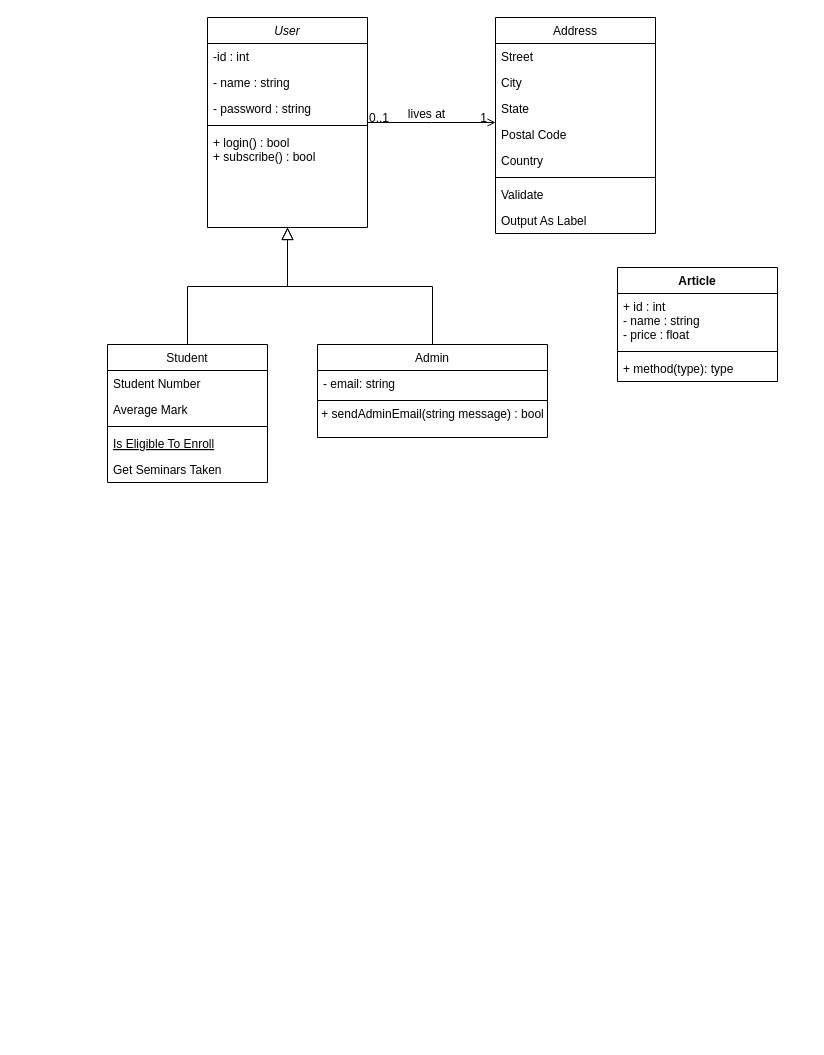
Before: Untitled Diagram.drawio in cyrisa02/SQL, a draw.io diagram. Source tidied: cells renumbered, new cells numbered last; positions are measured from the earlier drawing's top-left corner, leaving out a move shared by most shapes. Both pictures are drawn from the tidied source at 100%, with x=0, y=0 at pixel (107, 17).
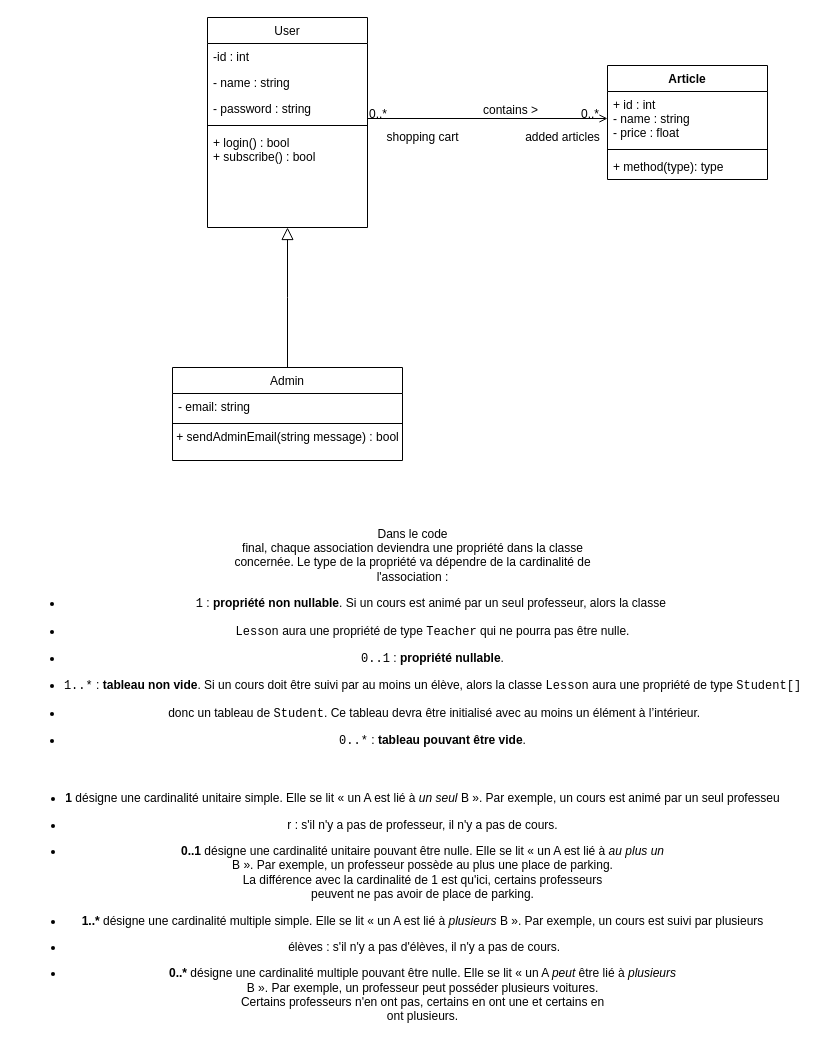
The same diagram, later.

The change refers to these unchanged cells:
```xml
<mxCell id="34" value="+ id : int&#10;- name : string&#10;- price : float" style="text;strokeColor=none;fillColor=none;align=left;verticalAlign=top;spacingLeft=4;spacingRight=4;overflow=hidden;points=[[0,0.5],[1,0.5]];portConstraint=eastwest;" parent="33" vertex="1">
  <mxGeometry y="26" width="160" height="54" as="geometry" />
</mxCell>
```

Diff of the diagram source:
```diff
@@
-    <mxCell id="2" value="User" style="swimlane;fontStyle=2;align=center;verticalAlign=top;horizontal=1;startSize=26;rounded=0;shadow=0;strokeWidth=1;" parent="1" vertex="1">
+    <mxCell id="2" value="User" style="swimlane;fontStyle=0;align=center;verticalAlign=top;horizontal=1;startSize=26;rounded=0;shadow=0;strokeWidth=1;" parent="1" vertex="1">
       <mxGeometry x="100" width="160" height="210" as="geometry" />
     </mxCell>
@@
-    <mxCell id="8" value="Student" style="swimlane;fontStyle=0;align=center;verticalAlign=top;horizontal=1;startSize=26;rounded=0;shadow=0;strokeWidth=1;" parent="1" vertex="1">
-      <mxGeometry y="327" width="160" height="138" as="geometry" />
-    </mxCell>
-    <mxCell id="9" value="Student Number" style="text;align=left;verticalAlign=top;spacingLeft=4;spacingRight=4;overflow=hidden;" parent="8" vertex="1">
-      <mxGeometry y="26" width="160" height="26" as="geometry" />
-    </mxCell>
-    <mxCell id="10" value="Average Mark" style="text;align=left;verticalAlign=top;spacingLeft=4;spacingRight=4;overflow=hidden;rounded=0;shadow=0;html=0;" parent="8" vertex="1">
-      <mxGeometry y="52" width="160" height="26" as="geometry" />
-    </mxCell>
-    <mxCell id="11" style="line;html=1;strokeWidth=1;align=left;verticalAlign=middle;spacingTop=-1;spacingLeft=3;spacingRight=3;labelPosition=right;" parent="8" vertex="1">
-      <mxGeometry y="78" width="160" height="8" as="geometry" />
-    </mxCell>
-    <mxCell id="12" value="Is Eligible To Enroll" style="text;align=left;verticalAlign=top;spacingLeft=4;spacingRight=4;overflow=hidden;fontStyle=4;" parent="8" vertex="1">
-      <mxGeometry y="86" width="160" height="26" as="geometry" />
-    </mxCell>
-    <mxCell id="13" value="Get Seminars Taken" style="text;align=left;verticalAlign=top;spacingLeft=4;spacingRight=4;overflow=hidden;" parent="8" vertex="1">
-      <mxGeometry y="112" width="160" height="26" as="geometry" />
-    </mxCell>
-    <mxCell id="14" style="endArrow=block;endSize=10;endFill=0;shadow=0;strokeWidth=1;rounded=0;edgeStyle=elbowEdgeStyle;elbow=vertical;" parent="1" edge="1" source="8" target="2">
-      <mxGeometry relative="1" as="geometry" />
-    </mxCell>
     <mxCell id="15" value="Admin" style="swimlane;fontStyle=0;align=center;verticalAlign=top;horizontal=1;startSize=26;rounded=0;shadow=0;strokeWidth=1;" parent="1" vertex="1">
-      <mxGeometry x="210" y="327" width="230" height="93" as="geometry" />
+      <mxGeometry x="65" y="350" width="230" height="93" as="geometry" />
     </mxCell>
@@
-    <mxCell id="20" value="Address" style="swimlane;fontStyle=0;align=center;verticalAlign=top;horizontal=1;startSize=26;rounded=0;shadow=0;strokeWidth=1;" parent="1" vertex="1">
-      <mxGeometry x="388" width="160" height="216" as="geometry" />
-    </mxCell>
-    <mxCell id="21" value="Street" style="text;align=left;verticalAlign=top;spacingLeft=4;spacingRight=4;overflow=hidden;" parent="20" vertex="1">
-      <mxGeometry y="26" width="160" height="26" as="geometry" />
-    </mxCell>
-    <mxCell id="22" value="City" style="text;align=left;verticalAlign=top;spacingLeft=4;spacingRight=4;overflow=hidden;rounded=0;shadow=0;html=0;" parent="20" vertex="1">
-      <mxGeometry y="52" width="160" height="26" as="geometry" />
-    </mxCell>
-    <mxCell id="23" value="State" style="text;align=left;verticalAlign=top;spacingLeft=4;spacingRight=4;overflow=hidden;rounded=0;shadow=0;html=0;" parent="20" vertex="1">
-      <mxGeometry y="78" width="160" height="26" as="geometry" />
-    </mxCell>
-    <mxCell id="24" value="Postal Code" style="text;align=left;verticalAlign=top;spacingLeft=4;spacingRight=4;overflow=hidden;rounded=0;shadow=0;html=0;" parent="20" vertex="1">
-      <mxGeometry y="104" width="160" height="26" as="geometry" />
-    </mxCell>
-    <mxCell id="25" value="Country" style="text;align=left;verticalAlign=top;spacingLeft=4;spacingRight=4;overflow=hidden;rounded=0;shadow=0;html=0;" parent="20" vertex="1">
-      <mxGeometry y="130" width="160" height="26" as="geometry" />
-    </mxCell>
-    <mxCell id="26" style="line;html=1;strokeWidth=1;align=left;verticalAlign=middle;spacingTop=-1;spacingLeft=3;spacingRight=3;labelPosition=right;" parent="20" vertex="1">
-      <mxGeometry y="156" width="160" height="8" as="geometry" />
-    </mxCell>
-    <mxCell id="27" value="Validate" style="text;align=left;verticalAlign=top;spacingLeft=4;spacingRight=4;overflow=hidden;" parent="20" vertex="1">
-      <mxGeometry y="164" width="160" height="26" as="geometry" />
-    </mxCell>
-    <mxCell id="28" value="Output As Label" style="text;align=left;verticalAlign=top;spacingLeft=4;spacingRight=4;overflow=hidden;" parent="20" vertex="1">
-      <mxGeometry y="190" width="160" height="26" as="geometry" />
-    </mxCell>
-    <mxCell id="29" style="endArrow=open;shadow=0;strokeWidth=1;rounded=0;endFill=1;edgeStyle=elbowEdgeStyle;elbow=vertical;" parent="1" edge="1" source="2" target="20">
+    <mxCell id="29" style="endArrow=open;shadow=0;strokeWidth=1;rounded=0;endFill=1;edgeStyle=elbowEdgeStyle;elbow=vertical;entryX=0;entryY=0.5;entryDx=0;entryDy=0;" parent="1" edge="1" source="2" target="34">
       <mxGeometry x="0.5" y="41" relative="1" as="geometry">
         <mxPoint x="-40" y="32" as="offset" />
       </mxGeometry>
     </mxCell>
-    <mxCell id="30" value="0..1" style="align=left;verticalAlign=bottom;labelBackgroundColor=none;fontSize=12;" parent="29" vertex="1">
+    <mxCell id="30" value="0..*" style="align=left;verticalAlign=bottom;labelBackgroundColor=none;fontSize=12;" parent="29" vertex="1">
       <mxGeometry x="-1" relative="1" as="geometry">
         <mxPoint y="4" as="offset" />
       </mxGeometry>
     </mxCell>
-    <mxCell id="31" value="1" style="align=right;verticalAlign=bottom;labelBackgroundColor=none;fontSize=12;" parent="29" vertex="1">
+    <mxCell id="31" value="0..*" style="align=right;verticalAlign=bottom;labelBackgroundColor=none;fontSize=12;" parent="29" vertex="1">
       <mxGeometry x="1" relative="1" as="geometry">
         <mxPoint x="-7" y="4" as="offset" />
       </mxGeometry>
     </mxCell>
-    <mxCell id="32" value="lives at" style="text;html=1;align=center;verticalAlign=middle;labelBackgroundColor=none;rounded=0;shadow=0;strokeWidth=1;fontSize=12;" parent="29" vertex="1">
+    <mxCell id="32" value="contains &amp;gt;" style="text;html=1;align=center;verticalAlign=middle;labelBackgroundColor=none;rounded=0;shadow=0;strokeWidth=1;fontSize=12;" parent="29" vertex="1">
       <mxGeometry x="0.5" y="49" relative="1" as="geometry">
         <mxPoint x="-38" y="40" as="offset" />
       </mxGeometry>
     </mxCell>
     <mxCell id="33" value="Article" style="swimlane;fontStyle=1;align=center;verticalAlign=top;horizontal=1;startSize=26;" parent="1" vertex="1">
-      <mxGeometry x="510" y="250" width="160" height="114" as="geometry" />
+      <mxGeometry x="500" y="48" width="160" height="114" as="geometry" />
     </mxCell>
@@
+    <mxCell id="37" value="shopping cart" style="text;html=1;align=center;verticalAlign=middle;fillColor=none;strokeColor=none;rounded=0;" parent="1" vertex="1">
+      <mxGeometry x="270" y="110" width="90" height="20" as="geometry" />
+    </mxCell>
+    <mxCell id="38" value="added articles" style="text;html=1;align=center;verticalAlign=middle;fillColor=none;strokeColor=none;rounded=0;" parent="1" vertex="1">
+      <mxGeometry x="410" y="110" width="90" height="20" as="geometry" />
+    </mxCell>
+    <mxCell id="39" value="&lt;div class=&quot;complement_co pBk_co&quot;&gt;&lt;div class=&quot;rBk &quot;&gt;&lt;p&gt;Dans le code &lt;br&gt;final, chaque association deviendra une propriété dans la classe &lt;br&gt;concernée. Le type de la propriété va dépendre de la cardinalité de &lt;br&gt;l'association&amp;nbsp;:&lt;/p&gt;&lt;ul class=&quot;txt_il &quot;&gt;&lt;li class=&quot;txt_ili &quot;&gt;&lt;p&gt;&lt;code class=&quot;txt_code_is &quot;&gt;1&lt;/code&gt;&amp;nbsp;: &lt;strong class=&quot;txt_emp_is &quot;&gt;propriété non nullable&lt;/strong&gt;. Si un cours est animé par un seul professeur, alors la classe&amp;nbsp;&lt;/p&gt;&lt;/li&gt;&lt;li class=&quot;txt_ili &quot;&gt;&lt;p&gt;&lt;code class=&quot;txt_code_is &quot;&gt;Lesson&lt;/code&gt; aura une propriété de type &lt;code class=&quot;txt_code_is &quot;&gt;Teacher&lt;/code&gt; qui ne pourra pas être nulle.&lt;/p&gt;&lt;/li&gt;&lt;li class=&quot;txt_ili &quot;&gt;&lt;p&gt;&lt;code class=&quot;txt_code_is &quot;&gt;0..1&lt;/code&gt;&amp;nbsp;: &lt;strong class=&quot;txt_emp_is &quot;&gt;propriété nullable&lt;/strong&gt;.&lt;/p&gt;&lt;/li&gt;&lt;li class=&quot;txt_ili &quot;&gt;&lt;p&gt;&lt;code class=&quot;txt_code_is &quot;&gt;1..*&lt;/code&gt;&amp;nbsp;: &lt;strong class=&quot;txt_emp_is &quot;&gt;tableau non vide&lt;/strong&gt;. Si un cours doit être suivi par au moins un élève, alors la classe &lt;code class=&quot;txt_code_is &quot;&gt;Lesson&lt;/code&gt; aura une propriété de type &lt;code class=&quot;txt_code_is &quot;&gt;Student[]&lt;/code&gt;&lt;/p&gt;&lt;/li&gt;&lt;li class=&quot;txt_ili &quot;&gt;&lt;p&gt;&amp;nbsp;donc un tableau de &lt;code class=&quot;txt_code_is &quot;&gt;Student&lt;/code&gt;. Ce tableau devra être initialisé avec au moins un élément à l’intérieur.&lt;/p&gt;&lt;/li&gt;&lt;li class=&quot;txt_ili &quot;&gt;&lt;p&gt;&lt;code class=&quot;txt_code_is &quot;&gt;0..*&lt;/code&gt;&amp;nbsp;: &lt;strong class=&quot;txt_emp_is &quot;&gt;tableau pouvant être vide&lt;/strong&gt;.&lt;/p&gt;&lt;/li&gt;&lt;/ul&gt;&lt;/div&gt;&lt;/div&gt;" style="text;html=1;align=center;verticalAlign=middle;fillColor=none;strokeColor=none;rounded=0;" parent="1" vertex="1">
+      <mxGeometry x="-90" y="500" width="790" height="240" as="geometry" />
+    </mxCell>
+    <mxCell id="40" value="&lt;ul class=&quot;txt_il &quot;&gt;&lt;li class=&quot;txt_ili &quot;&gt;&lt;p&gt;&lt;strong class=&quot;txt_emp_is &quot;&gt;1&lt;/strong&gt; désigne une cardinalité unitaire simple. Elle se lit «&amp;nbsp;un A est lié à &lt;i class=&quot;txt_spec_is &quot;&gt;un seul&lt;/i&gt; B&amp;nbsp;». Par exemple, un cours est animé par un seul professeu&lt;/p&gt;&lt;/li&gt;&lt;li class=&quot;txt_ili &quot;&gt;&lt;p&gt;r&amp;nbsp;: s'il n'y a pas de professeur, il n'y a pas de cours.&lt;/p&gt;&lt;/li&gt;&lt;li class=&quot;txt_ili &quot;&gt;&lt;p&gt;&lt;strong class=&quot;txt_emp_is &quot;&gt;0..1&lt;/strong&gt; désigne une cardinalité unitaire pouvant être nulle. Elle se lit «&amp;nbsp;un A est lié à &lt;i class=&quot;txt_spec_is &quot;&gt;au plus un&lt;/i&gt;&lt;br&gt; B&amp;nbsp;». Par exemple, un professeur possède au plus une place de parking. &lt;br&gt;La différence avec la cardinalité de 1 est qu'ici, certains professeurs &lt;br&gt;peuvent ne pas avoir de place de parking.&lt;/p&gt;&lt;/li&gt;&lt;li class=&quot;txt_ili &quot;&gt;&lt;p&gt;&lt;strong class=&quot;txt_emp_is &quot;&gt;1..*&lt;/strong&gt; désigne une cardinalité multiple simple. Elle se lit «&amp;nbsp;un A est lié à &lt;i class=&quot;txt_spec_is &quot;&gt;plusieurs&lt;/i&gt; B&amp;nbsp;». Par exemple, un cours est suivi par plusieurs&lt;/p&gt;&lt;/li&gt;&lt;li class=&quot;txt_ili &quot;&gt;&lt;p&gt;&amp;nbsp;élèves&amp;nbsp;: s'il n'y a pas d'élèves, il n'y a pas de cours.&lt;/p&gt;&lt;/li&gt;&lt;li class=&quot;txt_ili &quot;&gt;&lt;p&gt;&lt;strong class=&quot;txt_emp_is &quot;&gt;0..*&lt;/strong&gt; désigne une cardinalité multiple pouvant être nulle. Elle se lit «&amp;nbsp;un A &lt;i class=&quot;txt_spec_is &quot;&gt;peut&lt;/i&gt; être lié à &lt;i class=&quot;txt_spec_is &quot;&gt;plusieurs&lt;/i&gt;&lt;br&gt; B&amp;nbsp;». Par exemple, un professeur peut posséder plusieurs voitures. &lt;br&gt;Certains professeurs n'en ont pas, certains en ont une et certains en &lt;br&gt;ont plusieurs.&lt;/p&gt;&lt;/li&gt;&lt;/ul&gt;" style="text;html=1;align=center;verticalAlign=middle;fillColor=none;strokeColor=none;rounded=0;" parent="1" vertex="1">
+      <mxGeometry x="-90" y="760" width="770" height="260" as="geometry" />
+    </mxCell>
```
